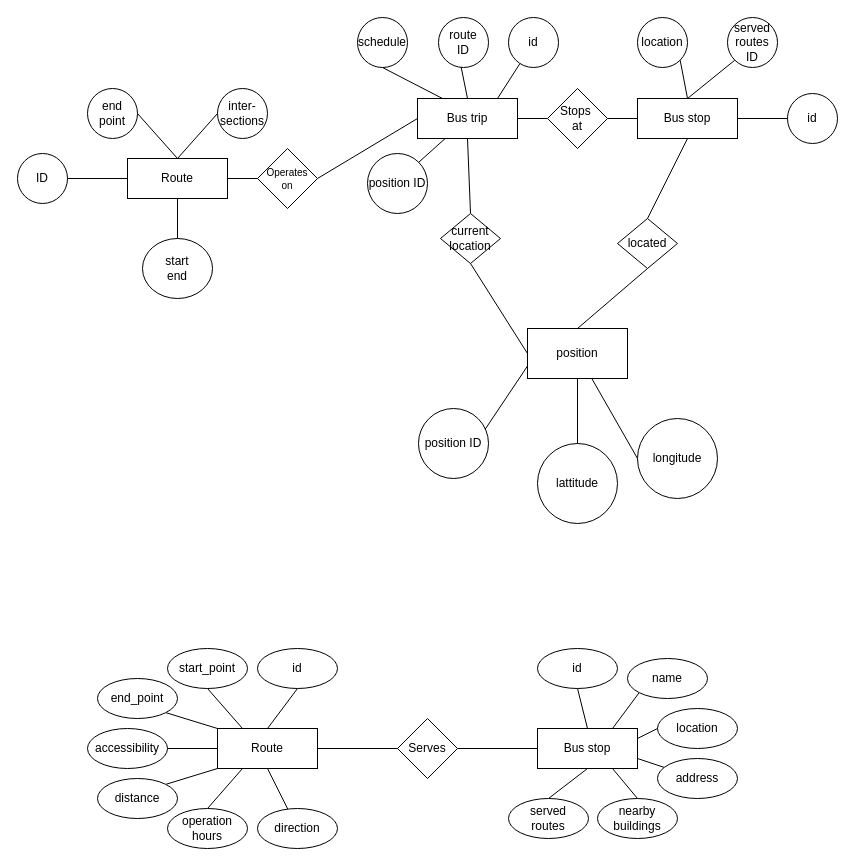
Earlier version of the draw.io diagram Phase 1 - Purpose Formalization/transportation_facilities.drawio (Belegee-Enkhbat/Transportation-Facilities-KGE-Project). Source tidied: cells renumbered, new cells numbered last; positions are measured from the earlier drawing's top-left corner, leaving out a move shared by most shapes. Both pictures are drawn from the tidied source at 100%, with x=0, y=0 at pixel (17, 17).
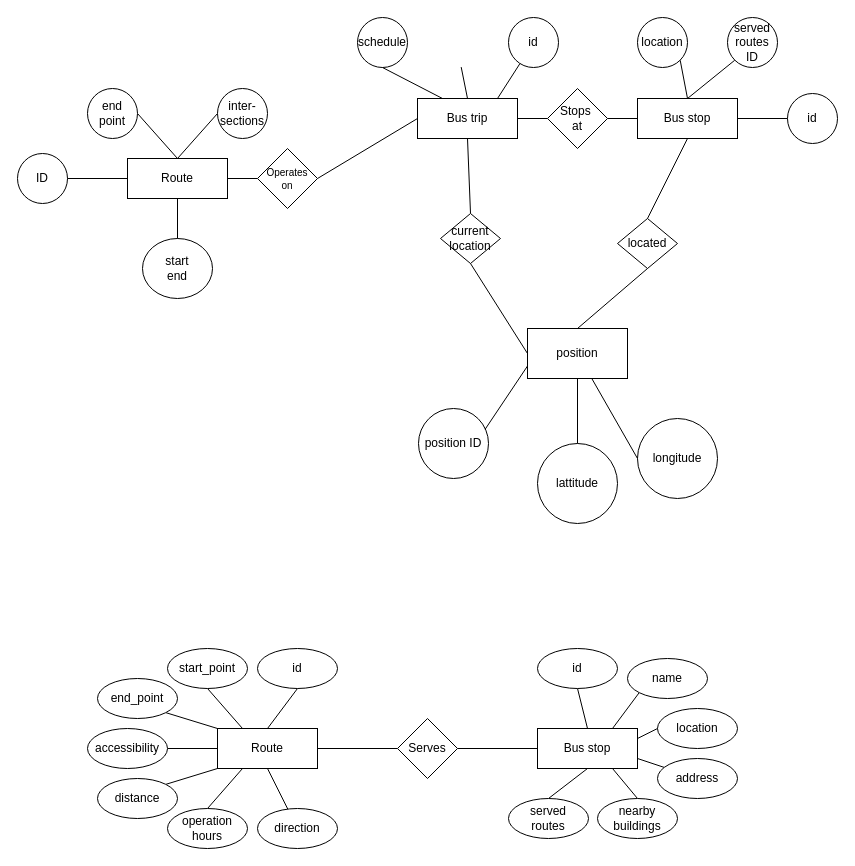
After the change.

Unchanged cells that the change refers to:
```xml
<mxCell id="3" value="Bus trip" style="rounded=0;whiteSpace=wrap;html=1;" parent="1" vertex="1">
  <mxGeometry x="400" y="81" width="100" height="40" as="geometry" />
</mxCell>
```

Diff of the diagram source:
```diff
@@
-    <mxCell id="17" value="route&lt;div&gt;ID&lt;/div&gt;" style="ellipse;whiteSpace=wrap;html=1;" parent="1" vertex="1">
-      <mxGeometry x="421" width="50" height="50" as="geometry" />
-    </mxCell>
-    <mxCell id="18" style="rounded=0;jettySize=auto;html=1;exitX=0.5;exitY=0;exitDx=0;exitDy=0;entryX=0.453;entryY=0.993;entryDx=0;entryDy=0;entryPerimeter=0;endArrow=none;endFill=0;" parent="1" edge="1" source="3" target="17">
-      <mxGeometry relative="1" as="geometry" />
+    <mxCell id="18" style="rounded=0;jettySize=auto;html=1;exitX=0.5;exitY=0;exitDx=0;exitDy=0;entryX=0.453;entryY=0.993;entryDx=0;entryDy=0;entryPerimeter=0;endArrow=none;endFill=0;" parent="1" edge="1" source="3">
+      <mxGeometry relative="1" as="geometry">
+        <mxPoint x="443.7" y="49.6" as="targetPoint" />
+      </mxGeometry>
     </mxCell>
@@
-    <mxCell id="75" value="position ID" style="ellipse;whiteSpace=wrap;html=1;dashed=0;" parent="1" vertex="1">
-      <mxGeometry x="350" y="136" width="60" height="60" as="geometry" />
-    </mxCell>
-    <mxCell id="76" style="endArrow=none;html=1;rounded=0;exitX=1;exitY=0;exitDx=0;exitDy=0;" parent="1" edge="1" source="75" target="3">
-      <mxGeometry relative="1" as="geometry" />
-    </mxCell>
```
